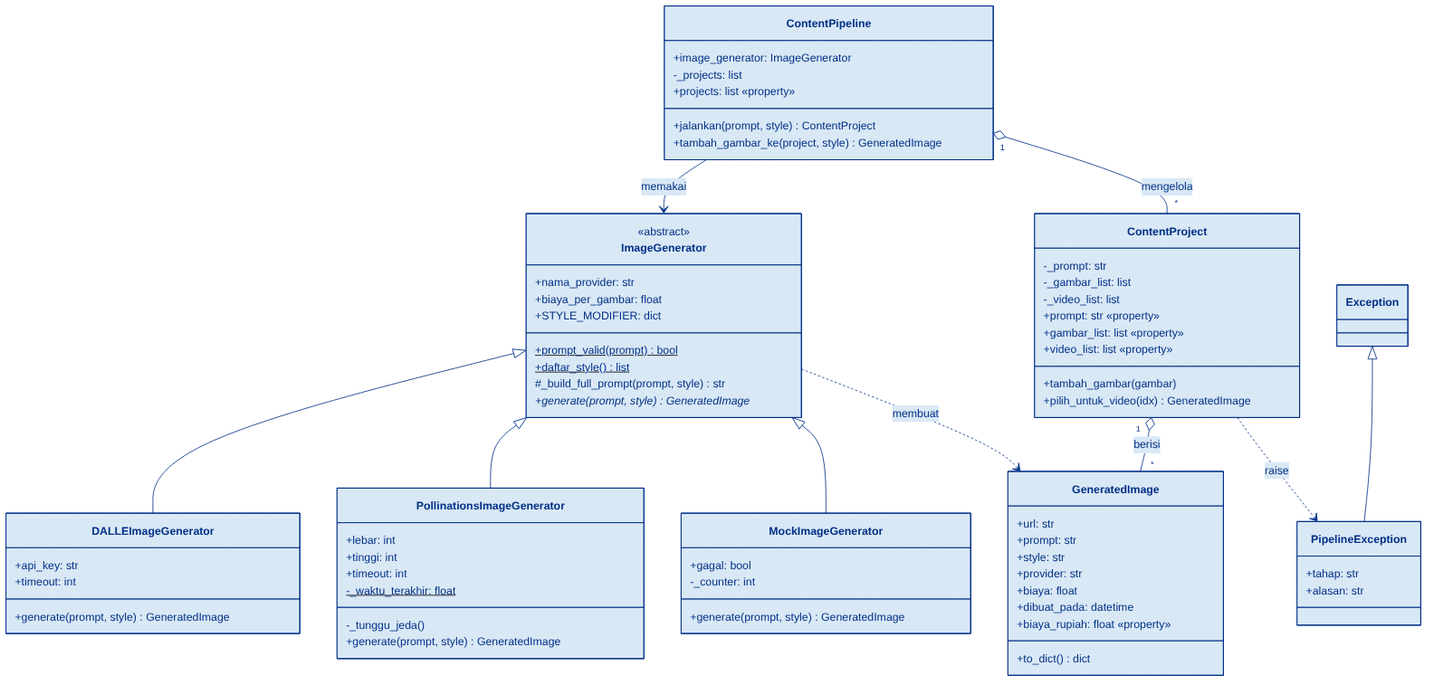
Before: docs/class_diagram.png, a diagram exported from Mermaid (Sesu-laia/ai-content-studio). Its source is kept beside it as docs/class_diagram.mmd.
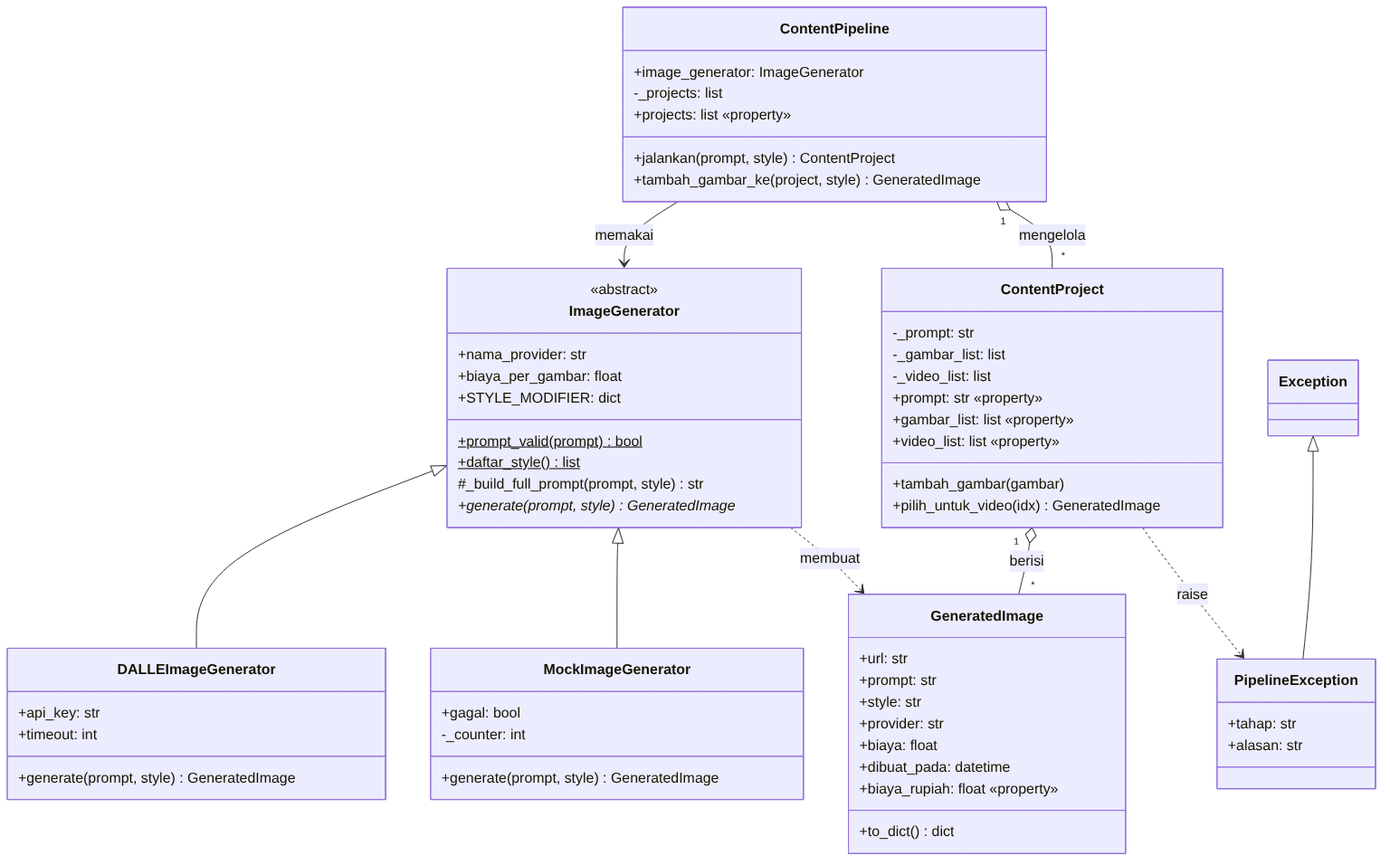
Later version of the same file.

What changed in the source:
```diff
@@ -15,21 +15,12 @@
         +timeout: int
         +generate(prompt, style) GeneratedImage
     }
-    class PollinationsImageGenerator {
-        +lebar: int
-        +tinggi: int
-        +timeout: int
-        -_waktu_terakhir: float$
-        -_tunggu_jeda()
-        +generate(prompt, style) GeneratedImage
-    }
     class MockImageGenerator {
         +gagal: bool
         -_counter: int
         +generate(prompt, style) GeneratedImage
     }
     ImageGenerator <|-- DALLEImageGenerator
-    ImageGenerator <|-- PollinationsImageGenerator
     ImageGenerator <|-- MockImageGenerator
 
     class GeneratedImage {
```
